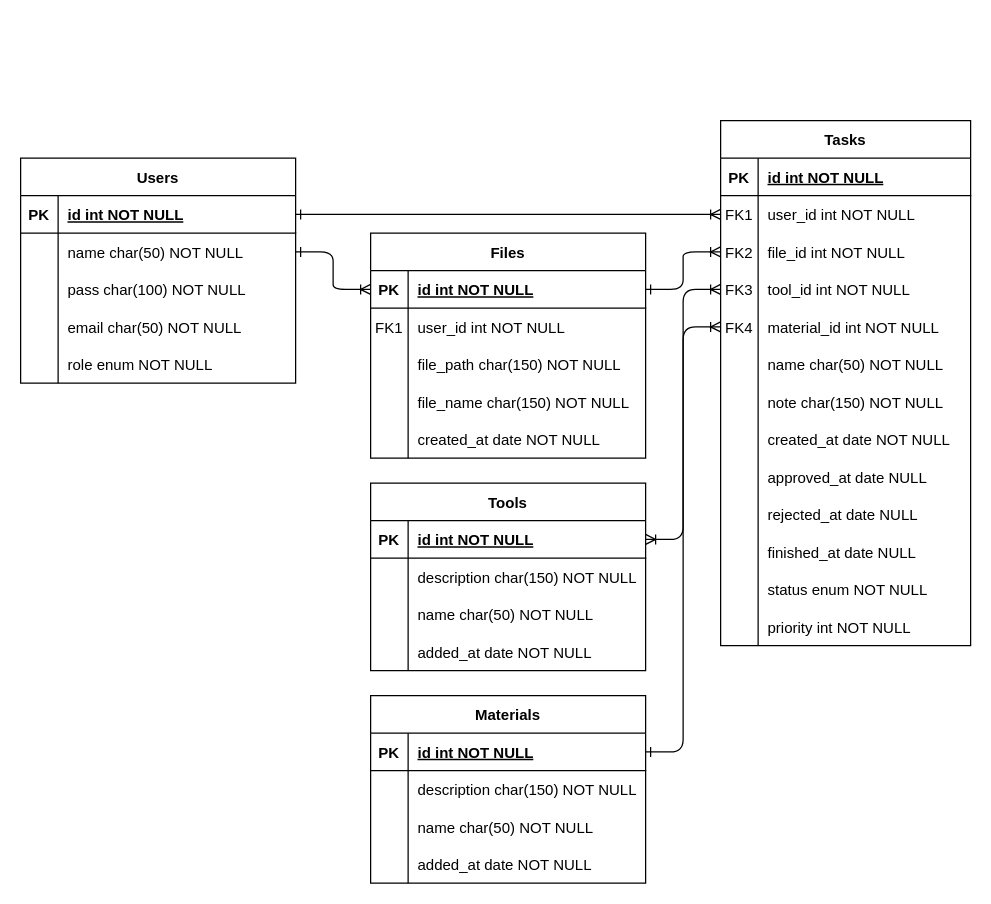
The draw.io diagram docs/design/db/db-entity-relationship.drawio in Leandro-Bertoluzzi/remote-cnc-workgroup, before the edit. Source tidied: cells renumbered, new cells numbered last; positions are measured from the earlier drawing's top-left corner, leaving out a move shared by most shapes. Both pictures are drawn from the tidied source at 125%, with x=0, y=0 at pixel (20, 120).
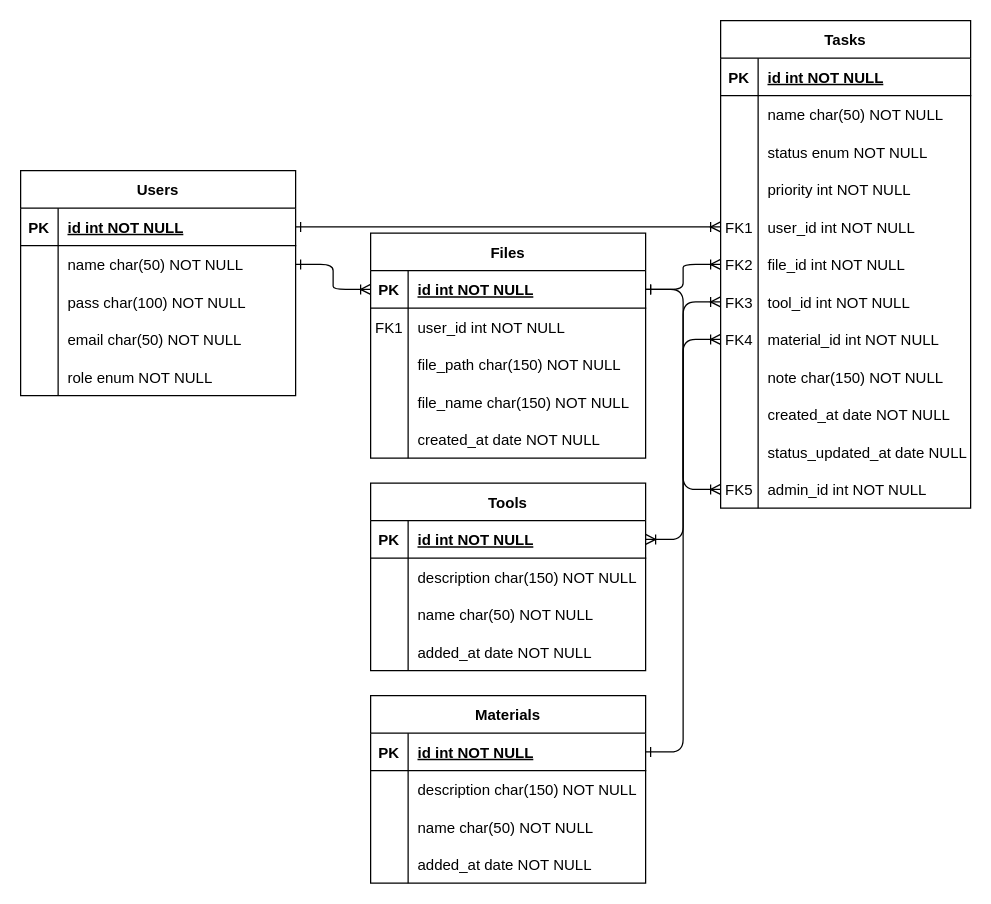
The same diagram, later.

Commit message:
docs: Updated ER diagram with new task fields

The change refers to these unchanged cells:
```xml
<mxCell id="73" style="shape=partialRectangle;fillColor=none;points=[[0,0.5],[1,0.5]];portConstraint=eastwest;top=0;left=0;right=0;bottom=1;" parent="72" vertex="1">
  <mxGeometry y="30" width="220" height="30" as="geometry" />
</mxCell>
```

The edit, as a diff of the source:
```diff
@@
     <mxCell id="3" value="Tasks" style="shape=table;startSize=30;childLayout=tableLayout;rowLines=0;fontStyle=1;align=center;" parent="1" vertex="1">
-      <mxGeometry x="560" width="200" height="420" as="geometry" />
+      <mxGeometry x="560" y="-80" width="200" height="390" as="geometry" />
     </mxCell>
@@
+    <mxCell id="19" style="shape=partialRectangle;fillColor=none;top=0;left=0;right=0;bottom=0;" parent="3" vertex="1">
+      <mxGeometry y="60" width="200" height="30" as="geometry" />
+    </mxCell>
+    <mxCell id="20" style="shape=partialRectangle;overflow=hidden;fillColor=none;top=0;left=0;bottom=0;right=0;" parent="19" vertex="1">
+      <mxGeometry width="30" height="30" as="geometry" />
+    </mxCell>
+    <mxCell id="21" value="name char(50) NOT NULL" style="shape=partialRectangle;overflow=hidden;fillColor=none;top=0;left=0;bottom=0;right=0;align=left;spacingLeft=6;" parent="19" vertex="1">
+      <mxGeometry x="30" width="170" height="30" as="geometry" />
+    </mxCell>
+    <mxCell id="37" style="shape=partialRectangle;fillColor=none;top=0;left=0;right=0;bottom=0;" parent="3" vertex="1">
+      <mxGeometry y="90" width="200" height="30" as="geometry" />
+    </mxCell>
+    <mxCell id="38" style="shape=partialRectangle;overflow=hidden;fillColor=none;top=0;left=0;bottom=0;right=0;" parent="37" vertex="1">
+      <mxGeometry width="30" height="30" as="geometry" />
+    </mxCell>
+    <mxCell id="39" value="status enum NOT NULL" style="shape=partialRectangle;overflow=hidden;fillColor=none;top=0;left=0;bottom=0;right=0;align=left;spacingLeft=6;" parent="37" vertex="1">
+      <mxGeometry x="30" width="170" height="30" as="geometry" />
+    </mxCell>
+    <mxCell id="40" style="shape=partialRectangle;fillColor=none;top=0;left=0;right=0;bottom=0;" parent="3" vertex="1">
+      <mxGeometry y="120" width="200" height="30" as="geometry" />
+    </mxCell>
+    <mxCell id="41" style="shape=partialRectangle;overflow=hidden;fillColor=none;top=0;left=0;bottom=0;right=0;" parent="40" vertex="1">
+      <mxGeometry width="30" height="30" as="geometry" />
+    </mxCell>
+    <mxCell id="42" value="priority int NOT NULL" style="shape=partialRectangle;overflow=hidden;fillColor=none;top=0;left=0;bottom=0;right=0;align=left;spacingLeft=6;" parent="40" vertex="1">
+      <mxGeometry x="30" width="170" height="30" as="geometry" />
+    </mxCell>
     <mxCell id="7" style="shape=partialRectangle;fillColor=none;points=[[0,0.5],[1,0.5]];portConstraint=eastwest;top=0;left=0;right=0;bottom=0;" parent="3" vertex="1">
-      <mxGeometry y="60" width="200" height="30" as="geometry" />
+      <mxGeometry y="150" width="200" height="30" as="geometry" />
     </mxCell>
@@
     <mxCell id="10" style="shape=partialRectangle;fillColor=none;points=[[0,0.5],[1,0.5]];portConstraint=eastwest;top=0;left=0;right=0;bottom=0;" parent="3" vertex="1">
-      <mxGeometry y="90" width="200" height="30" as="geometry" />
+      <mxGeometry y="180" width="200" height="30" as="geometry" />
     </mxCell>
@@
     <mxCell id="13" style="shape=partialRectangle;fillColor=none;points=[[0,0.5],[1,0.5]];portConstraint=eastwest;top=0;left=0;right=0;bottom=0;" parent="3" vertex="1">
-      <mxGeometry y="120" width="200" height="30" as="geometry" />
+      <mxGeometry y="210" width="200" height="30" as="geometry" />
     </mxCell>
@@
     <mxCell id="16" style="shape=partialRectangle;fillColor=none;points=[[0,0.5],[1,0.5]];portConstraint=eastwest;top=0;left=0;right=0;bottom=0;" parent="3" vertex="1">
-      <mxGeometry y="150" width="200" height="30" as="geometry" />
+      <mxGeometry y="240" width="200" height="30" as="geometry" />
     </mxCell>
@@
-    <mxCell id="19" style="shape=partialRectangle;fillColor=none;top=0;left=0;right=0;bottom=0;" parent="3" vertex="1">
-      <mxGeometry y="180" width="200" height="30" as="geometry" />
-    </mxCell>
-    <mxCell id="20" style="shape=partialRectangle;overflow=hidden;fillColor=none;top=0;left=0;bottom=0;right=0;" parent="19" vertex="1">
-      <mxGeometry width="30" height="30" as="geometry" />
-    </mxCell>
-    <mxCell id="21" value="name char(50) NOT NULL" style="shape=partialRectangle;overflow=hidden;fillColor=none;top=0;left=0;bottom=0;right=0;align=left;spacingLeft=6;" parent="19" vertex="1">
-      <mxGeometry x="30" width="170" height="30" as="geometry" />
-    </mxCell>
     <mxCell id="22" style="shape=partialRectangle;fillColor=none;top=0;left=0;right=0;bottom=0;" parent="3" vertex="1">
-      <mxGeometry y="210" width="200" height="30" as="geometry" />
+      <mxGeometry y="270" width="200" height="30" as="geometry" />
     </mxCell>
@@
     <mxCell id="25" style="shape=partialRectangle;fillColor=none;top=0;left=0;right=0;bottom=0;" parent="3" vertex="1">
-      <mxGeometry y="240" width="200" height="30" as="geometry" />
+      <mxGeometry y="300" width="200" height="30" as="geometry" />
     </mxCell>
@@
     <mxCell id="28" style="shape=partialRectangle;fillColor=none;top=0;left=0;right=0;bottom=0;" parent="3" vertex="1">
-      <mxGeometry y="270" width="200" height="30" as="geometry" />
+      <mxGeometry y="330" width="200" height="30" as="geometry" />
     </mxCell>
@@
-    <mxCell id="30" value="approved_at date NULL" style="shape=partialRectangle;overflow=hidden;fillColor=none;top=0;left=0;bottom=0;right=0;align=left;spacingLeft=6;" parent="28" vertex="1">
+    <mxCell id="30" value="status_updated_at date NULL" style="shape=partialRectangle;overflow=hidden;fillColor=none;top=0;left=0;bottom=0;right=0;align=left;spacingLeft=6;" parent="28" vertex="1">
       <mxGeometry x="30" width="170" height="30" as="geometry" />
     </mxCell>
-    <mxCell id="31" style="shape=partialRectangle;fillColor=none;top=0;left=0;right=0;bottom=0;" parent="3" vertex="1">
-      <mxGeometry y="300" width="200" height="30" as="geometry" />
-    </mxCell>
-    <mxCell id="32" style="shape=partialRectangle;overflow=hidden;fillColor=none;top=0;left=0;bottom=0;right=0;" parent="31" vertex="1">
-      <mxGeometry width="30" height="30" as="geometry" />
-    </mxCell>
-    <mxCell id="33" value="rejected_at date NULL" style="shape=partialRectangle;overflow=hidden;fillColor=none;top=0;left=0;bottom=0;right=0;align=left;spacingLeft=6;" parent="31" vertex="1">
-      <mxGeometry x="30" width="170" height="30" as="geometry" />
-    </mxCell>
-    <mxCell id="34" style="shape=partialRectangle;fillColor=none;top=0;left=0;right=0;bottom=0;" parent="3" vertex="1">
-      <mxGeometry y="330" width="200" height="30" as="geometry" />
-    </mxCell>
-    <mxCell id="35" style="shape=partialRectangle;overflow=hidden;fillColor=none;top=0;left=0;bottom=0;right=0;" parent="34" vertex="1">
-      <mxGeometry width="30" height="30" as="geometry" />
-    </mxCell>
-    <mxCell id="36" value="finished_at date NULL" style="shape=partialRectangle;overflow=hidden;fillColor=none;top=0;left=0;bottom=0;right=0;align=left;spacingLeft=6;" parent="34" vertex="1">
-      <mxGeometry x="30" width="170" height="30" as="geometry" />
-    </mxCell>
-    <mxCell id="37" style="shape=partialRectangle;fillColor=none;top=0;left=0;right=0;bottom=0;" parent="3" vertex="1">
-      <mxGeometry y="360" width="200" height="30" as="geometry" />
-    </mxCell>
-    <mxCell id="38" style="shape=partialRectangle;overflow=hidden;fillColor=none;top=0;left=0;bottom=0;right=0;" parent="37" vertex="1">
-      <mxGeometry width="30" height="30" as="geometry" />
-    </mxCell>
-    <mxCell id="39" value="status enum NOT NULL" style="shape=partialRectangle;overflow=hidden;fillColor=none;top=0;left=0;bottom=0;right=0;align=left;spacingLeft=6;" parent="37" vertex="1">
-      <mxGeometry x="30" width="170" height="30" as="geometry" />
-    </mxCell>
-    <mxCell id="40" style="shape=partialRectangle;fillColor=none;top=0;left=0;right=0;bottom=0;" parent="3" vertex="1">
-      <mxGeometry y="390" width="200" height="30" as="geometry" />
-    </mxCell>
-    <mxCell id="41" style="shape=partialRectangle;overflow=hidden;fillColor=none;top=0;left=0;bottom=0;right=0;" parent="40" vertex="1">
-      <mxGeometry width="30" height="30" as="geometry" />
-    </mxCell>
-    <mxCell id="42" value="priority int NOT NULL" style="shape=partialRectangle;overflow=hidden;fillColor=none;top=0;left=0;bottom=0;right=0;align=left;spacingLeft=6;" parent="40" vertex="1">
-      <mxGeometry x="30" width="170" height="30" as="geometry" />
-    </mxCell>
+    <mxCell id="105" style="shape=partialRectangle;fillColor=none;points=[[0,0.5],[1,0.5]];portConstraint=eastwest;top=0;left=0;right=0;bottom=0;" parent="3" vertex="1">
+      <mxGeometry y="360" width="200" height="30" as="geometry" />
+    </mxCell>
+    <mxCell id="106" value="FK5" style="shape=partialRectangle;overflow=hidden;fillColor=none;top=0;left=0;bottom=0;right=0;" parent="105" vertex="1">
+      <mxGeometry width="30" height="30" as="geometry" />
+    </mxCell>
+    <mxCell id="107" value="admin_id int NOT NULL" style="shape=partialRectangle;overflow=hidden;fillColor=none;top=0;left=0;bottom=0;right=0;align=left;spacingLeft=6;" parent="105" vertex="1">
+      <mxGeometry x="30" width="170" height="30" as="geometry" />
+    </mxCell>
@@
     <mxCell id="56" value="Users" style="shape=table;startSize=30;childLayout=tableLayout;rowLines=0;fontStyle=1;align=center;" parent="1" vertex="1">
-      <mxGeometry y="30" width="220" height="180" as="geometry" />
+      <mxGeometry y="40" width="220" height="180" as="geometry" />
     </mxCell>
@@
+    <mxCell id="108" style="edgeStyle=entityRelationEdgeStyle;rounded=1;jettySize=auto;html=1;exitX=1;exitY=0.5;exitDx=0;exitDy=0;entryX=0;entryY=0.5;entryDx=0;entryDy=0;startArrow=ERone;startFill=0;elbow=vertical;endArrow=ERoneToMany;endFill=0;" parent="1" edge="1" source="73" target="105">
+      <mxGeometry relative="1" as="geometry" />
+    </mxCell>
```
